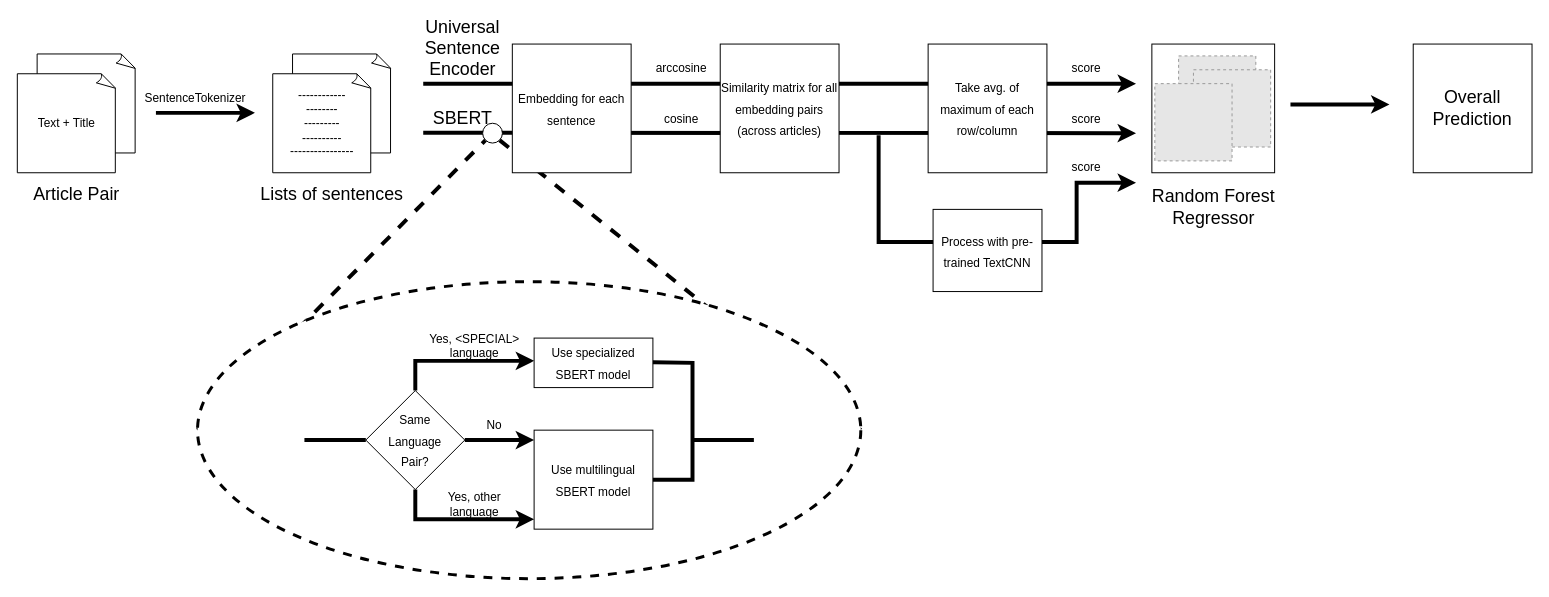
This is documentation/Model_Flow.drawio from simontrapp/semeval-22-task-8, a draw.io file, before an edit. Source tidied: cells renumbered, new cells numbered last; positions are measured from the earlier drawing's top-left corner, leaving out a move shared by most shapes. Both pictures are drawn from the tidied source at 99%, with x=0, y=0 at pixel (17, 34). Pictures stored in the file or linked from it are replaced by grey dashed boxes.
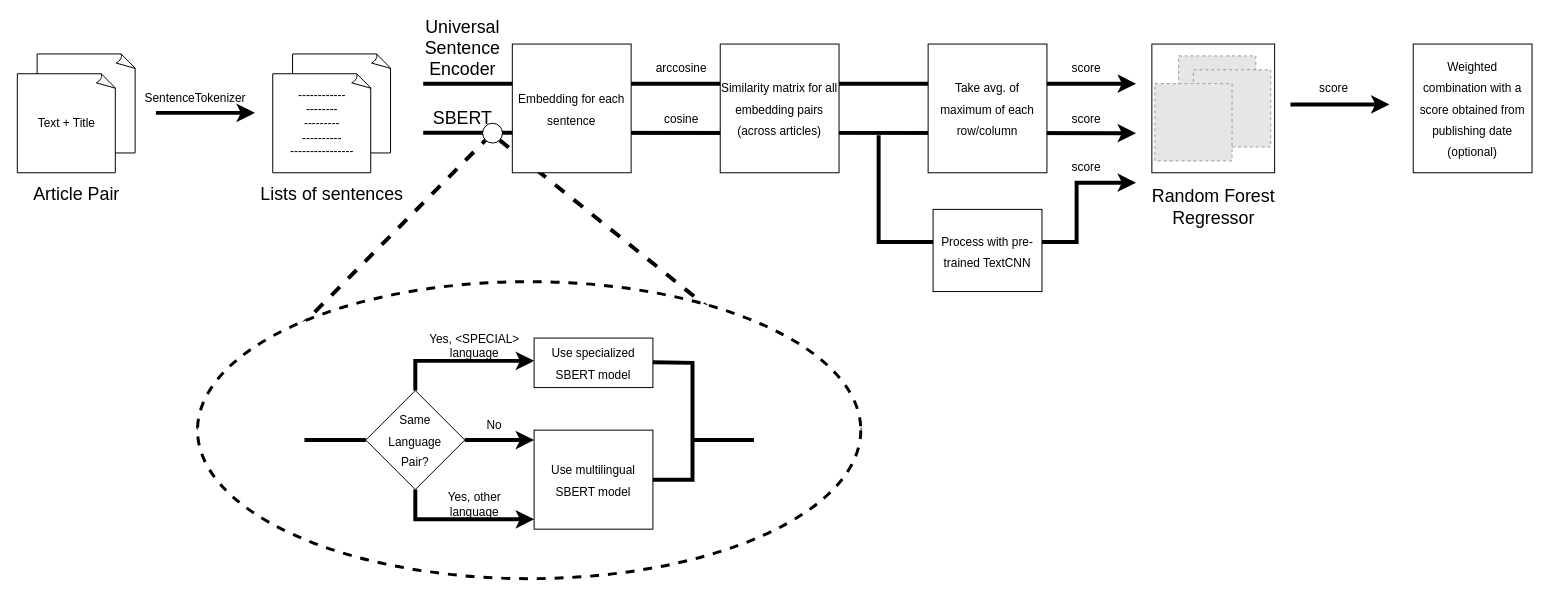
After the change.

Diff of the diagram source:
```diff
@@
-    <mxCell id="36" value="Overall Prediction&lt;font style=&quot;font-size: 12px&quot;&gt;&lt;font style=&quot;font-size: 12px&quot;&gt;&lt;br&gt;&lt;/font&gt;&lt;/font&gt;" style="rounded=0;whiteSpace=wrap;html=1;fontSize=18;" parent="1" vertex="1">
+    <mxCell id="36" value="&lt;font style=&quot;font-size: 12px&quot;&gt;Weighted combination with a score obtained from &lt;/font&gt;&lt;font style=&quot;font-size: 12px&quot;&gt;&lt;font style=&quot;font-size: 12px&quot;&gt;publishing date &lt;/font&gt;(optional)&lt;/font&gt;&lt;font style=&quot;font-size: 12px&quot;&gt;&lt;font style=&quot;font-size: 12px&quot;&gt;&lt;br&gt;&lt;/font&gt;&lt;/font&gt;" style="rounded=0;whiteSpace=wrap;html=1;fontSize=18;" parent="1" vertex="1">
       <mxGeometry x="1410" y="10" width="120" height="130" as="geometry" />
     </mxCell>
@@
+    <mxCell id="51" value="score" style="text;html=1;strokeColor=none;fillColor=none;align=center;verticalAlign=middle;whiteSpace=wrap;rounded=0;fontSize=12;" parent="1" vertex="1">
+      <mxGeometry x="1300" y="40" width="60" height="30" as="geometry" />
+    </mxCell>
```
